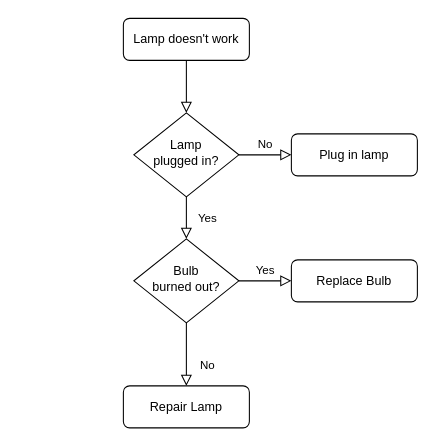
Earlier version of the draw.io diagram mes+erp.drawio (yudar1024/drawio). Source tidied: cells renumbered, new cells numbered last; positions are measured from the earlier drawing's top-left corner, leaving out a move shared by most shapes. Both pictures are drawn from the tidied source at 105%, with x=0, y=0 at pixel (123, 18).
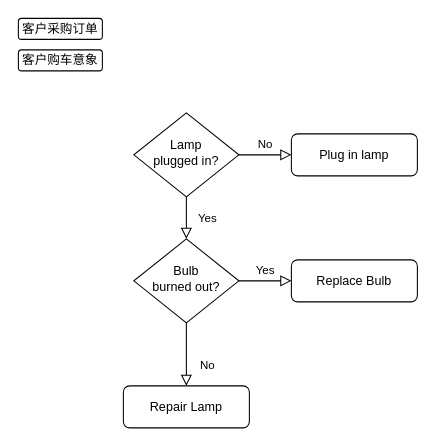
The same page after the edit.

What changed in the source:
```diff
@@
 <mxGraphModel>
   <root>
     <mxCell id="0" />
     <mxCell id="1" parent="0" />
-    <mxCell id="2" style="rounded=0;html=1;jettySize=auto;fontSize=11;endArrow=block;endFill=0;endSize=8;strokeWidth=1;shadow=0;labelBackgroundColor=none;edgeStyle=orthogonalEdgeStyle;" parent="1" edge="1" source="3" target="6">
-      <mxGeometry relative="1" as="geometry" />
-    </mxCell>
-    <mxCell id="3" value="Lamp doesn't work" style="rounded=1;whiteSpace=wrap;html=1;fontSize=12;glass=0;strokeWidth=1;shadow=0;" parent="1" vertex="1">
-      <mxGeometry width="120" height="40" as="geometry" />
+    <mxCell id="3" value="客户采购订单" style="rounded=1;whiteSpace=wrap;html=1;fontSize=12;glass=0;strokeWidth=1;shadow=0;" parent="1" vertex="1">
+      <mxGeometry x="-100" width="80" height="20" as="geometry" />
     </mxCell>
     <mxCell id="4" value="Yes" style="rounded=0;html=1;jettySize=auto;fontSize=11;endArrow=block;endFill=0;endSize=8;strokeWidth=1;shadow=0;labelBackgroundColor=none;edgeStyle=orthogonalEdgeStyle;" parent="1" edge="1" source="6" target="10">
       <mxGeometry y="20" relative="1" as="geometry" />
     </mxCell>
     <mxCell id="5" value="No" style="edgeStyle=orthogonalEdgeStyle;rounded=0;html=1;jettySize=auto;fontSize=11;endArrow=block;endFill=0;endSize=8;strokeWidth=1;shadow=0;labelBackgroundColor=none;" parent="1" edge="1" source="6" target="7">
       <mxGeometry y="10" relative="1" as="geometry" />
     </mxCell>
     <mxCell id="6" value="Lamp&lt;br&gt;plugged in?" style="rhombus;whiteSpace=wrap;html=1;shadow=0;fontFamily=Helvetica;fontSize=12;align=center;strokeWidth=1;spacing=6;spacingTop=-4;" parent="1" vertex="1">
       <mxGeometry x="10" y="90" width="100" height="80" as="geometry" />
     </mxCell>
     <mxCell id="7" value="Plug in lamp" style="rounded=1;whiteSpace=wrap;html=1;fontSize=12;glass=0;strokeWidth=1;shadow=0;" parent="1" vertex="1">
       <mxGeometry x="160" y="110" width="120" height="40" as="geometry" />
     </mxCell>
     <mxCell id="8" value="No" style="rounded=0;html=1;jettySize=auto;fontSize=11;endArrow=block;endFill=0;endSize=8;strokeWidth=1;shadow=0;labelBackgroundColor=none;edgeStyle=orthogonalEdgeStyle;" parent="1" edge="1" source="10" target="11">
       <mxGeometry x="0.33" y="20" relative="1" as="geometry" />
     </mxCell>
     <mxCell id="9" value="Yes" style="edgeStyle=orthogonalEdgeStyle;rounded=0;html=1;jettySize=auto;fontSize=11;endArrow=block;endFill=0;endSize=8;strokeWidth=1;shadow=0;labelBackgroundColor=none;" parent="1" edge="1" source="10" target="12">
       <mxGeometry y="10" relative="1" as="geometry" />
     </mxCell>
     <mxCell id="10" value="Bulb&lt;br&gt;burned out?" style="rhombus;whiteSpace=wrap;html=1;shadow=0;fontFamily=Helvetica;fontSize=12;align=center;strokeWidth=1;spacing=6;spacingTop=-4;" parent="1" vertex="1">
       <mxGeometry x="10" y="210" width="100" height="80" as="geometry" />
     </mxCell>
     <mxCell id="11" value="Repair Lamp" style="rounded=1;whiteSpace=wrap;html=1;fontSize=12;glass=0;strokeWidth=1;shadow=0;" parent="1" vertex="1">
       <mxGeometry y="350" width="120" height="40" as="geometry" />
     </mxCell>
     <mxCell id="12" value="Replace Bulb" style="rounded=1;whiteSpace=wrap;html=1;fontSize=12;glass=0;strokeWidth=1;shadow=0;" parent="1" vertex="1">
       <mxGeometry x="160" y="230" width="120" height="40" as="geometry" />
     </mxCell>
+    <mxCell id="13" value="客户购车意象" style="rounded=1;whiteSpace=wrap;html=1;fontSize=12;glass=0;strokeWidth=1;shadow=0;" parent="1" vertex="1">
+      <mxGeometry x="-100" y="30" width="80" height="20" as="geometry" />
+    </mxCell>
   </root>
 </mxGraphModel>
```
